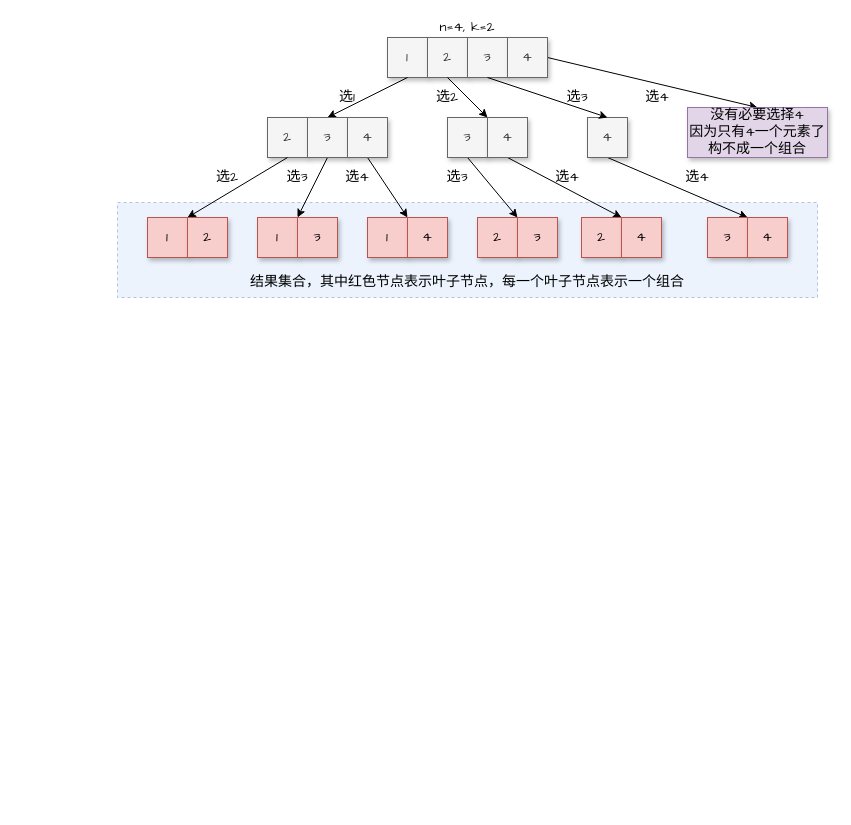
Earlier version of the draw.io diagram draw.io/组合.drawio (goldknife6/algorithm). Source tidied: cells renumbered, new cells numbered last; positions are measured from the earlier drawing's top-left corner, leaving out a move shared by most shapes. Both pictures are drawn from the tidied source at 100%, with x=0, y=0 at pixel (117, 17).
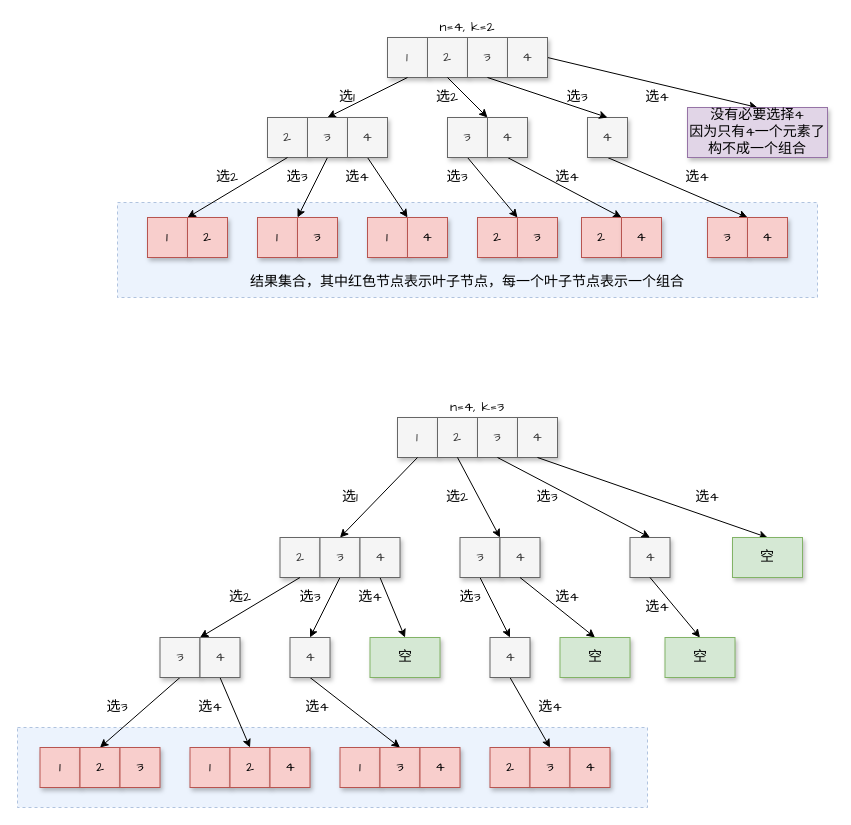
After the change.

Diff of the diagram source:
```diff
@@
+    <mxCell id="48" style="rounded=0;whiteSpace=wrap;html=1;shadow=0;fontFamily=Comic Sans MS;fontSize=14;opacity=50;fillColor=#dae8fc;strokeColor=#6c8ebf;dashed=1;" parent="1" vertex="1">
+      <mxGeometry x="-100" y="710" width="630" height="80" as="geometry" />
+    </mxCell>
@@
+    <mxCell id="49" value="&lt;font style=&quot;font-size: 14px&quot; face=&quot;Comic Sans MS&quot;&gt;1&lt;/font&gt;" style="rounded=0;whiteSpace=wrap;html=1;fillColor=#f5f5f5;fontColor=#333333;strokeColor=#666666;shadow=1;" parent="1" vertex="1">
+      <mxGeometry x="280" y="400" width="40" height="40" as="geometry" />
+    </mxCell>
+    <mxCell id="50" value="&lt;font style=&quot;font-size: 14px&quot; face=&quot;Comic Sans MS&quot;&gt;2&lt;/font&gt;" style="rounded=0;whiteSpace=wrap;html=1;fillColor=#f5f5f5;fontColor=#333333;strokeColor=#666666;shadow=1;" parent="1" vertex="1">
+      <mxGeometry x="320" y="400" width="40" height="40" as="geometry" />
+    </mxCell>
+    <mxCell id="51" value="&lt;font style=&quot;font-size: 14px&quot; face=&quot;Comic Sans MS&quot;&gt;3&lt;/font&gt;" style="rounded=0;whiteSpace=wrap;html=1;fillColor=#f5f5f5;fontColor=#333333;strokeColor=#666666;shadow=1;" parent="1" vertex="1">
+      <mxGeometry x="360" y="400" width="40" height="40" as="geometry" />
+    </mxCell>
+    <mxCell id="52" value="&lt;font style=&quot;font-size: 14px&quot; face=&quot;Comic Sans MS&quot;&gt;4&lt;/font&gt;" style="rounded=0;whiteSpace=wrap;html=1;fillColor=#f5f5f5;fontColor=#333333;strokeColor=#666666;shadow=1;" parent="1" vertex="1">
+      <mxGeometry x="400" y="400" width="40" height="40" as="geometry" />
+    </mxCell>
+    <mxCell id="53" style="endArrow=classic;html=1;rounded=0;fontFamily=Comic Sans MS;fontSize=14;exitX=0.5;exitY=1;exitDx=0;exitDy=0;entryX=0.5;entryY=0;entryDx=0;entryDy=0;" parent="1" edge="1" source="49" target="56">
+      <mxGeometry relative="1" as="geometry" />
+    </mxCell>
+    <mxCell id="54" value="&lt;font style=&quot;font-size: 14px&quot; face=&quot;Comic Sans MS&quot;&gt;2&lt;/font&gt;" style="rounded=0;whiteSpace=wrap;html=1;fillColor=#f5f5f5;fontColor=#333333;strokeColor=#666666;shadow=1;" parent="1" vertex="1">
+      <mxGeometry x="162.5" y="520" width="40" height="40" as="geometry" />
+    </mxCell>
+    <mxCell id="55" style="rounded=0;jettySize=auto;html=1;exitX=0.5;exitY=1;exitDx=0;exitDy=0;entryX=0.5;entryY=0;entryDx=0;entryDy=0;fontFamily=Comic Sans MS;fontSize=14;" parent="1" edge="1" source="56" target="71">
+      <mxGeometry relative="1" as="geometry" />
+    </mxCell>
+    <mxCell id="56" value="&lt;font style=&quot;font-size: 14px&quot; face=&quot;Comic Sans MS&quot;&gt;3&lt;/font&gt;" style="rounded=0;whiteSpace=wrap;html=1;fillColor=#f5f5f5;fontColor=#333333;strokeColor=#666666;shadow=1;" parent="1" vertex="1">
+      <mxGeometry x="202.5" y="520" width="40" height="40" as="geometry" />
+    </mxCell>
+    <mxCell id="57" style="edgeStyle=none;rounded=0;jettySize=auto;html=1;exitX=0.5;exitY=1;exitDx=0;exitDy=0;entryX=0.5;entryY=0;entryDx=0;entryDy=0;fontFamily=Comic Sans MS;fontSize=14;" parent="1" edge="1" source="58" target="72">
+      <mxGeometry relative="1" as="geometry" />
+    </mxCell>
+    <mxCell id="58" value="&lt;font style=&quot;font-size: 14px&quot; face=&quot;Comic Sans MS&quot;&gt;4&lt;/font&gt;" style="rounded=0;whiteSpace=wrap;html=1;fillColor=#f5f5f5;fontColor=#333333;strokeColor=#666666;shadow=1;" parent="1" vertex="1">
+      <mxGeometry x="242.5" y="520" width="40" height="40" as="geometry" />
+    </mxCell>
+    <mxCell id="59" style="edgeStyle=none;rounded=0;jettySize=auto;html=1;exitX=0.5;exitY=1;exitDx=0;exitDy=0;entryX=0.5;entryY=0;entryDx=0;entryDy=0;fontFamily=Comic Sans MS;fontSize=14;" parent="1" edge="1" source="60" target="74">
+      <mxGeometry relative="1" as="geometry" />
+    </mxCell>
+    <mxCell id="60" value="&lt;font style=&quot;font-size: 14px&quot; face=&quot;Comic Sans MS&quot;&gt;3&lt;/font&gt;" style="rounded=0;whiteSpace=wrap;html=1;fillColor=#f5f5f5;fontColor=#333333;strokeColor=#666666;shadow=1;" parent="1" vertex="1">
+      <mxGeometry x="342.5" y="520" width="40" height="40" as="geometry" />
+    </mxCell>
+    <mxCell id="61" value="&lt;font style=&quot;font-size: 14px&quot; face=&quot;Comic Sans MS&quot;&gt;4&lt;/font&gt;" style="rounded=0;whiteSpace=wrap;html=1;fillColor=#f5f5f5;fontColor=#333333;strokeColor=#666666;shadow=1;" parent="1" vertex="1">
+      <mxGeometry x="382.5" y="520" width="40" height="40" as="geometry" />
+    </mxCell>
+    <mxCell id="62" value="&lt;font style=&quot;font-size: 14px&quot; face=&quot;Comic Sans MS&quot;&gt;4&lt;/font&gt;" style="rounded=0;whiteSpace=wrap;html=1;fillColor=#f5f5f5;fontColor=#333333;strokeColor=#666666;shadow=1;" parent="1" vertex="1">
+      <mxGeometry x="512.5" y="520" width="40" height="40" as="geometry" />
+    </mxCell>
+    <mxCell id="63" style="endArrow=classic;html=1;rounded=0;fontFamily=Comic Sans MS;fontSize=14;exitX=0.5;exitY=1;exitDx=0;exitDy=0;entryX=1;entryY=0;entryDx=0;entryDy=0;" parent="1" edge="1" source="50" target="60">
+      <mxGeometry relative="1" as="geometry" />
+    </mxCell>
+    <mxCell id="64" style="endArrow=classic;html=1;rounded=0;fontFamily=Comic Sans MS;fontSize=14;exitX=0.5;exitY=1;exitDx=0;exitDy=0;entryX=0.5;entryY=0;entryDx=0;entryDy=0;" parent="1" edge="1" source="51" target="62">
+      <mxGeometry relative="1" as="geometry" />
+    </mxCell>
+    <mxCell id="65" style="endArrow=classic;html=1;rounded=0;fontFamily=Comic Sans MS;fontSize=14;exitX=0.5;exitY=1;exitDx=0;exitDy=0;entryX=0;entryY=0;entryDx=0;entryDy=0;" parent="1" edge="1" source="54" target="69">
+      <mxGeometry relative="1" as="geometry" />
+    </mxCell>
+    <mxCell id="66" style="edgeStyle=none;rounded=0;jettySize=auto;html=1;exitX=0.5;exitY=1;exitDx=0;exitDy=0;entryX=0.5;entryY=0;entryDx=0;entryDy=0;fontFamily=Comic Sans MS;fontSize=14;elbow=vertical;" parent="1" edge="1" source="67" target="84">
+      <mxGeometry relative="1" as="geometry" />
+    </mxCell>
+    <mxCell id="67" value="&lt;font style=&quot;font-size: 14px&quot; face=&quot;Comic Sans MS&quot;&gt;3&lt;/font&gt;" style="rounded=0;whiteSpace=wrap;html=1;fillColor=#f5f5f5;strokeColor=#666666;shadow=1;fontColor=#333333;" parent="1" vertex="1">
+      <mxGeometry x="42.5" y="620" width="40" height="40" as="geometry" />
+    </mxCell>
+    <mxCell id="68" style="edgeStyle=none;rounded=0;jettySize=auto;html=1;exitX=0.5;exitY=1;exitDx=0;exitDy=0;entryX=0.5;entryY=0;entryDx=0;entryDy=0;fontFamily=Comic Sans MS;fontSize=14;elbow=vertical;" parent="1" edge="1" source="69" target="87">
+      <mxGeometry relative="1" as="geometry" />
+    </mxCell>
+    <mxCell id="69" value="&lt;font style=&quot;font-size: 14px&quot; face=&quot;Comic Sans MS&quot;&gt;4&lt;/font&gt;" style="rounded=0;whiteSpace=wrap;html=1;fillColor=#f5f5f5;strokeColor=#666666;shadow=1;fontColor=#333333;" parent="1" vertex="1">
+      <mxGeometry x="82.5" y="620" width="40" height="40" as="geometry" />
+    </mxCell>
+    <mxCell id="70" style="edgeStyle=none;rounded=0;jettySize=auto;html=1;exitX=0.5;exitY=1;exitDx=0;exitDy=0;entryX=0.5;entryY=0;entryDx=0;entryDy=0;fontFamily=Comic Sans MS;fontSize=14;elbow=vertical;" parent="1" edge="1" source="71" target="90">
+      <mxGeometry relative="1" as="geometry" />
+    </mxCell>
+    <mxCell id="71" value="&lt;font style=&quot;font-size: 14px&quot; face=&quot;Comic Sans MS&quot;&gt;4&lt;/font&gt;" style="rounded=0;whiteSpace=wrap;html=1;fillColor=#f5f5f5;strokeColor=#666666;shadow=1;fontColor=#333333;" parent="1" vertex="1">
+      <mxGeometry x="172.5" y="620" width="40" height="40" as="geometry" />
+    </mxCell>
+    <mxCell id="72" value="&lt;font style=&quot;font-size: 14px&quot; face=&quot;Comic Sans MS&quot;&gt;空&lt;/font&gt;" style="rounded=0;whiteSpace=wrap;html=1;fillColor=#d5e8d4;strokeColor=#82b366;shadow=1;" parent="1" vertex="1">
+      <mxGeometry x="252.5" y="620" width="70" height="40" as="geometry" />
+    </mxCell>
+    <mxCell id="73" style="edgeStyle=none;rounded=0;jettySize=auto;html=1;exitX=0.5;exitY=1;exitDx=0;exitDy=0;entryX=0.5;entryY=0;entryDx=0;entryDy=0;fontFamily=Comic Sans MS;fontSize=14;elbow=vertical;" parent="1" edge="1" source="74" target="94">
+      <mxGeometry relative="1" as="geometry" />
+    </mxCell>
+    <mxCell id="74" value="&lt;font style=&quot;font-size: 14px&quot; face=&quot;Comic Sans MS&quot;&gt;4&lt;/font&gt;" style="rounded=0;whiteSpace=wrap;html=1;fillColor=#f5f5f5;strokeColor=#666666;shadow=1;fontColor=#333333;" parent="1" vertex="1">
+      <mxGeometry x="372.5" y="620" width="40" height="40" as="geometry" />
+    </mxCell>
+    <mxCell id="75" value="选1" style="text;html=1;strokeColor=none;fillColor=none;align=center;verticalAlign=middle;whiteSpace=wrap;rounded=0;shadow=1;fontFamily=Comic Sans MS;fontSize=14;" parent="1" vertex="1">
+      <mxGeometry x="212.5" y="470" width="40" height="20" as="geometry" />
+    </mxCell>
+    <mxCell id="76" value="选2" style="text;html=1;strokeColor=none;fillColor=none;align=center;verticalAlign=middle;whiteSpace=wrap;rounded=0;shadow=1;fontFamily=Comic Sans MS;fontSize=14;" parent="1" vertex="1">
+      <mxGeometry x="320" y="470" width="40" height="20" as="geometry" />
+    </mxCell>
+    <mxCell id="77" value="选2" style="text;html=1;strokeColor=none;fillColor=none;align=center;verticalAlign=middle;whiteSpace=wrap;rounded=0;shadow=1;fontFamily=Comic Sans MS;fontSize=14;" parent="1" vertex="1">
+      <mxGeometry x="102.5" y="570" width="40" height="20" as="geometry" />
+    </mxCell>
+    <mxCell id="78" value="选3" style="text;html=1;strokeColor=none;fillColor=none;align=center;verticalAlign=middle;whiteSpace=wrap;rounded=0;shadow=1;fontFamily=Comic Sans MS;fontSize=14;" parent="1" vertex="1">
+      <mxGeometry x="172.5" y="570" width="40" height="20" as="geometry" />
+    </mxCell>
+    <mxCell id="79" value="选4" style="text;html=1;strokeColor=none;fillColor=none;align=center;verticalAlign=middle;whiteSpace=wrap;rounded=0;shadow=1;fontFamily=Comic Sans MS;fontSize=14;" parent="1" vertex="1">
+      <mxGeometry x="232.5" y="570" width="40" height="20" as="geometry" />
+    </mxCell>
+    <mxCell id="80" value="选3" style="text;html=1;strokeColor=none;fillColor=none;align=center;verticalAlign=middle;whiteSpace=wrap;rounded=0;shadow=1;fontFamily=Comic Sans MS;fontSize=14;" parent="1" vertex="1">
+      <mxGeometry x="332.5" y="570" width="40" height="20" as="geometry" />
+    </mxCell>
+    <mxCell id="81" value="n=4, k=3" style="text;html=1;strokeColor=none;fillColor=none;align=center;verticalAlign=middle;whiteSpace=wrap;rounded=0;shadow=0;dashed=1;fontFamily=Comic Sans MS;fontSize=14;opacity=50;" parent="1" vertex="1">
+      <mxGeometry x="280" y="380" width="160" height="20" as="geometry" />
+    </mxCell>
+    <mxCell id="82" value="选3" style="text;html=1;strokeColor=none;fillColor=none;align=center;verticalAlign=middle;whiteSpace=wrap;rounded=0;shadow=1;fontFamily=Comic Sans MS;fontSize=14;" parent="1" vertex="1">
+      <mxGeometry x="410" y="470" width="40" height="20" as="geometry" />
+    </mxCell>
+    <mxCell id="83" value="&lt;font style=&quot;font-size: 14px&quot; face=&quot;Comic Sans MS&quot;&gt;1&lt;/font&gt;" style="rounded=0;whiteSpace=wrap;html=1;fillColor=#f8cecc;strokeColor=#b85450;shadow=1;" parent="1" vertex="1">
+      <mxGeometry x="-77.5" y="730" width="40" height="40" as="geometry" />
+    </mxCell>
+    <mxCell id="84" value="&lt;font style=&quot;font-size: 14px&quot; face=&quot;Comic Sans MS&quot;&gt;2&lt;/font&gt;" style="rounded=0;whiteSpace=wrap;html=1;fillColor=#f8cecc;strokeColor=#b85450;shadow=1;" parent="1" vertex="1">
+      <mxGeometry x="-37.5" y="730" width="40" height="40" as="geometry" />
+    </mxCell>
+    <mxCell id="85" value="&lt;font style=&quot;font-size: 14px&quot; face=&quot;Comic Sans MS&quot;&gt;3&lt;/font&gt;" style="rounded=0;whiteSpace=wrap;html=1;fillColor=#f8cecc;strokeColor=#b85450;shadow=1;" parent="1" vertex="1">
+      <mxGeometry x="2.5" y="730" width="40" height="40" as="geometry" />
+    </mxCell>
+    <mxCell id="86" value="&lt;font style=&quot;font-size: 14px&quot; face=&quot;Comic Sans MS&quot;&gt;1&lt;/font&gt;" style="rounded=0;whiteSpace=wrap;html=1;fillColor=#f8cecc;strokeColor=#b85450;shadow=1;" parent="1" vertex="1">
+      <mxGeometry x="72.5" y="730" width="40" height="40" as="geometry" />
+    </mxCell>
+    <mxCell id="87" value="&lt;font style=&quot;font-size: 14px&quot; face=&quot;Comic Sans MS&quot;&gt;2&lt;/font&gt;" style="rounded=0;whiteSpace=wrap;html=1;fillColor=#f8cecc;strokeColor=#b85450;shadow=1;" parent="1" vertex="1">
+      <mxGeometry x="112.5" y="730" width="40" height="40" as="geometry" />
+    </mxCell>
+    <mxCell id="88" value="&lt;font style=&quot;font-size: 14px&quot; face=&quot;Comic Sans MS&quot;&gt;4&lt;/font&gt;" style="rounded=0;whiteSpace=wrap;html=1;fillColor=#f8cecc;strokeColor=#b85450;shadow=1;" parent="1" vertex="1">
+      <mxGeometry x="152.5" y="730" width="40" height="40" as="geometry" />
+    </mxCell>
+    <mxCell id="89" value="&lt;font style=&quot;font-size: 14px&quot; face=&quot;Comic Sans MS&quot;&gt;1&lt;/font&gt;" style="rounded=0;whiteSpace=wrap;html=1;fillColor=#f8cecc;strokeColor=#b85450;shadow=1;" parent="1" vertex="1">
+      <mxGeometry x="222.5" y="730" width="40" height="40" as="geometry" />
+    </mxCell>
+    <mxCell id="90" value="&lt;font style=&quot;font-size: 14px&quot; face=&quot;Comic Sans MS&quot;&gt;3&lt;/font&gt;" style="rounded=0;whiteSpace=wrap;html=1;fillColor=#f8cecc;strokeColor=#b85450;shadow=1;" parent="1" vertex="1">
+      <mxGeometry x="262.5" y="730" width="40" height="40" as="geometry" />
+    </mxCell>
+    <mxCell id="91" value="&lt;font style=&quot;font-size: 14px&quot; face=&quot;Comic Sans MS&quot;&gt;4&lt;/font&gt;" style="rounded=0;whiteSpace=wrap;html=1;fillColor=#f8cecc;strokeColor=#b85450;shadow=1;" parent="1" vertex="1">
+      <mxGeometry x="302.5" y="730" width="40" height="40" as="geometry" />
+    </mxCell>
+    <mxCell id="92" value="选4" style="text;html=1;strokeColor=none;fillColor=none;align=center;verticalAlign=middle;whiteSpace=wrap;rounded=0;shadow=1;fontFamily=Comic Sans MS;fontSize=14;" parent="1" vertex="1">
+      <mxGeometry x="180" y="680" width="40" height="20" as="geometry" />
+    </mxCell>
+    <mxCell id="93" value="&lt;font style=&quot;font-size: 14px&quot; face=&quot;Comic Sans MS&quot;&gt;2&lt;/font&gt;" style="rounded=0;whiteSpace=wrap;html=1;fillColor=#f8cecc;strokeColor=#b85450;shadow=1;" parent="1" vertex="1">
+      <mxGeometry x="372.5" y="730" width="40" height="40" as="geometry" />
+    </mxCell>
+    <mxCell id="94" value="&lt;font style=&quot;font-size: 14px&quot; face=&quot;Comic Sans MS&quot;&gt;3&lt;/font&gt;" style="rounded=0;whiteSpace=wrap;html=1;fillColor=#f8cecc;strokeColor=#b85450;shadow=1;" parent="1" vertex="1">
+      <mxGeometry x="412.5" y="730" width="40" height="40" as="geometry" />
+    </mxCell>
+    <mxCell id="95" value="&lt;font style=&quot;font-size: 14px&quot; face=&quot;Comic Sans MS&quot;&gt;4&lt;/font&gt;" style="rounded=0;whiteSpace=wrap;html=1;fillColor=#f8cecc;strokeColor=#b85450;shadow=1;" parent="1" vertex="1">
+      <mxGeometry x="452.5" y="730" width="40" height="40" as="geometry" />
+    </mxCell>
+    <mxCell id="96" style="edgeStyle=none;rounded=0;jettySize=auto;html=1;exitX=0.5;exitY=1;exitDx=0;exitDy=0;fontFamily=Comic Sans MS;fontSize=14;elbow=vertical;entryX=0.5;entryY=0;entryDx=0;entryDy=0;" parent="1" edge="1" source="62" target="97">
+      <mxGeometry relative="1" as="geometry" />
+    </mxCell>
+    <mxCell id="97" value="&lt;font style=&quot;font-size: 14px&quot; face=&quot;Comic Sans MS&quot;&gt;空&lt;/font&gt;" style="rounded=0;whiteSpace=wrap;html=1;fillColor=#d5e8d4;strokeColor=#82b366;shadow=1;" parent="1" vertex="1">
+      <mxGeometry x="547.5" y="620" width="70" height="40" as="geometry" />
+    </mxCell>
+    <mxCell id="98" style="edgeStyle=none;rounded=0;jettySize=auto;html=1;exitX=0.5;exitY=1;exitDx=0;exitDy=0;fontFamily=Comic Sans MS;fontSize=14;entryX=0.5;entryY=0;entryDx=0;entryDy=0;" parent="1" edge="1" source="61" target="99">
+      <mxGeometry relative="1" as="geometry" />
+    </mxCell>
+    <mxCell id="99" value="&lt;font style=&quot;font-size: 14px&quot; face=&quot;Comic Sans MS&quot;&gt;空&lt;/font&gt;" style="rounded=0;whiteSpace=wrap;html=1;fillColor=#d5e8d4;strokeColor=#82b366;shadow=1;" parent="1" vertex="1">
+      <mxGeometry x="442.5" y="620" width="70" height="40" as="geometry" />
+    </mxCell>
+    <mxCell id="100" style="endArrow=classic;html=1;rounded=0;fontFamily=Comic Sans MS;fontSize=14;exitX=0.5;exitY=1;exitDx=0;exitDy=0;entryX=0.5;entryY=0;entryDx=0;entryDy=0;" parent="1" edge="1" source="52" target="101">
+      <mxGeometry relative="1" as="geometry" />
+    </mxCell>
+    <mxCell id="101" value="&lt;font style=&quot;font-size: 14px&quot; face=&quot;Comic Sans MS&quot;&gt;空&lt;/font&gt;" style="rounded=0;whiteSpace=wrap;html=1;fillColor=#d5e8d4;strokeColor=#82b366;shadow=1;" parent="1" vertex="1">
+      <mxGeometry x="615" y="520" width="70" height="40" as="geometry" />
+    </mxCell>
+    <mxCell id="102" value="选4" style="text;html=1;strokeColor=none;fillColor=none;align=center;verticalAlign=middle;whiteSpace=wrap;rounded=0;shadow=1;fontFamily=Comic Sans MS;fontSize=14;" parent="1" vertex="1">
+      <mxGeometry x="570" y="470" width="40" height="20" as="geometry" />
+    </mxCell>
+    <mxCell id="103" value="选4" style="text;html=1;strokeColor=none;fillColor=none;align=center;verticalAlign=middle;whiteSpace=wrap;rounded=0;shadow=1;fontFamily=Comic Sans MS;fontSize=14;" parent="1" vertex="1">
+      <mxGeometry x="520" y="580" width="40" height="20" as="geometry" />
+    </mxCell>
+    <mxCell id="104" value="选4" style="text;html=1;strokeColor=none;fillColor=none;align=center;verticalAlign=middle;whiteSpace=wrap;rounded=0;shadow=1;fontFamily=Comic Sans MS;fontSize=14;" parent="1" vertex="1">
+      <mxGeometry x="430" y="570" width="40" height="20" as="geometry" />
+    </mxCell>
+    <mxCell id="105" value="选4" style="text;html=1;strokeColor=none;fillColor=none;align=center;verticalAlign=middle;whiteSpace=wrap;rounded=0;shadow=1;fontFamily=Comic Sans MS;fontSize=14;" parent="1" vertex="1">
+      <mxGeometry x="412.5" y="680" width="40" height="20" as="geometry" />
+    </mxCell>
+    <mxCell id="106" value="选4" style="text;html=1;strokeColor=none;fillColor=none;align=center;verticalAlign=middle;whiteSpace=wrap;rounded=0;shadow=1;fontFamily=Comic Sans MS;fontSize=14;" parent="1" vertex="1">
+      <mxGeometry x="72.5" y="680" width="40" height="20" as="geometry" />
+    </mxCell>
+    <mxCell id="107" value="选3" style="text;html=1;strokeColor=none;fillColor=none;align=center;verticalAlign=middle;whiteSpace=wrap;rounded=0;shadow=1;fontFamily=Comic Sans MS;fontSize=14;" parent="1" vertex="1">
+      <mxGeometry x="-20" y="680" width="40" height="20" as="geometry" />
+    </mxCell>
```
